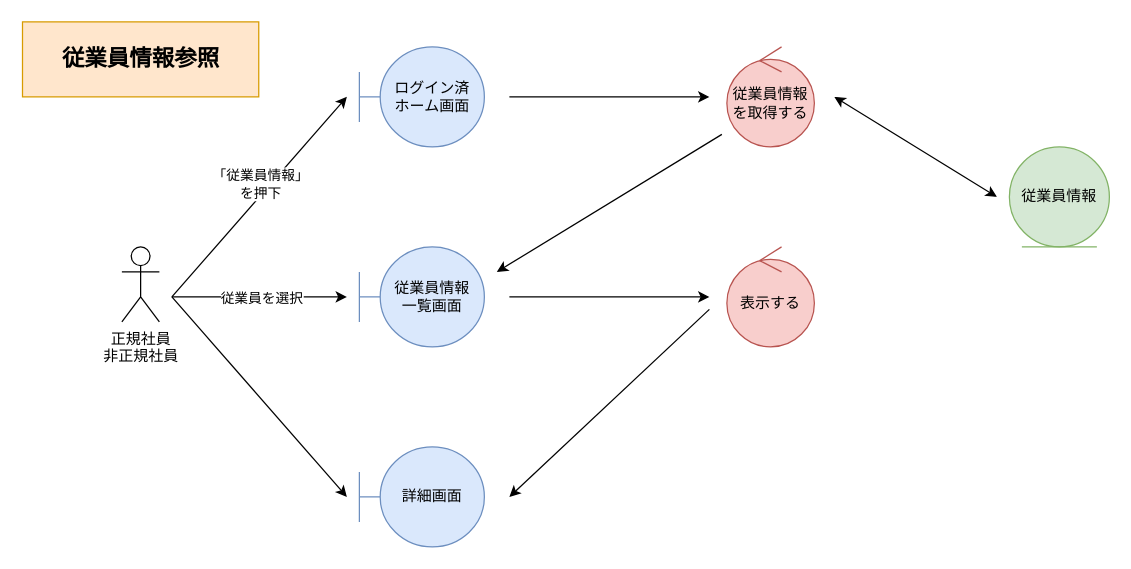
HaruShim/Sotuken keeps this draw.io diagram as 各種設計書/3ロバストネス図/人事情報管理/F12従業員参照.drawio. Above is the earlier version. Source tidied: cells renumbered, new cells numbered last; positions are measured from the earlier drawing's top-left corner, leaving out a move shared by most shapes. Both pictures are drawn from the tidied source at 125%, with x=0, y=0 at pixel (21, 21).
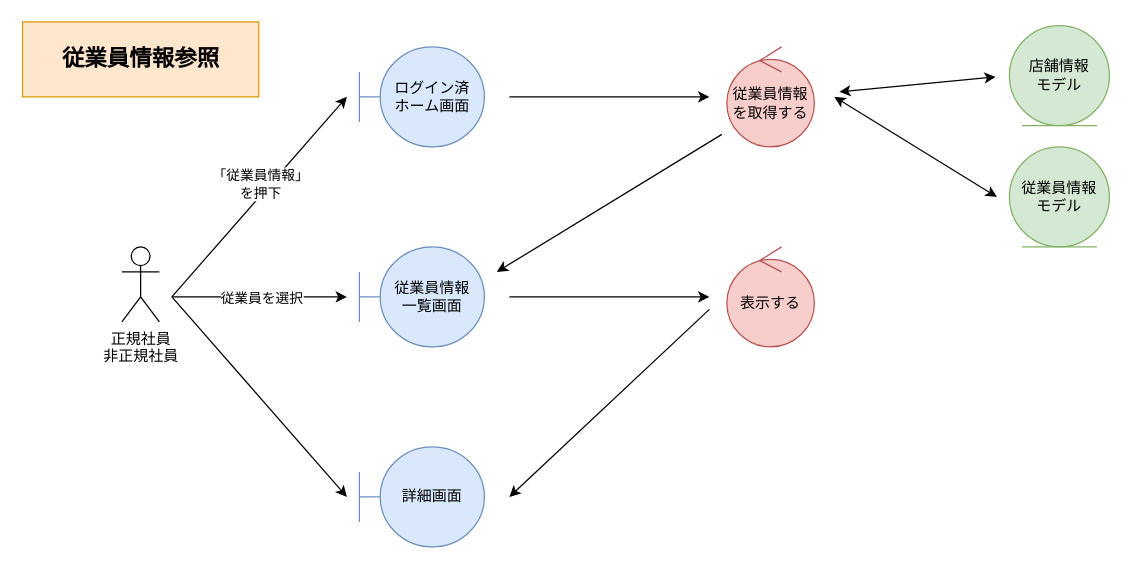
Above is the later version.

The edit, as a diff of the source:
```diff
@@
-    <mxCell id="15" value="従業員情報" style="ellipse;shape=umlEntity;whiteSpace=wrap;html=1;fillColor=#d5e8d4;strokeColor=#82b366;" parent="1" vertex="1">
+    <mxCell id="15" value="従業員情報&lt;br&gt;モデル" style="ellipse;shape=umlEntity;whiteSpace=wrap;html=1;fillColor=#d5e8d4;strokeColor=#82b366;" parent="1" vertex="1">
       <mxGeometry x="790" y="100" width="80" height="80" as="geometry" />
     </mxCell>
@@
+    <mxCell id="20" value="店舗情報&lt;br&gt;モデル" style="ellipse;shape=umlEntity;whiteSpace=wrap;html=1;fillColor=#d5e8d4;strokeColor=#82b366;" parent="1" vertex="1">
+      <mxGeometry x="790" y="3" width="80" height="80" as="geometry" />
+    </mxCell>
+    <mxCell id="21" style="endArrow=classic;html=1;rounded=0;startArrow=classic;startFill=1;" parent="1" edge="1">
+      <mxGeometry relative="1" as="geometry">
+        <mxPoint x="654" y="56" as="sourcePoint" />
+        <mxPoint x="779" y="44" as="targetPoint" />
+      </mxGeometry>
+    </mxCell>
```
